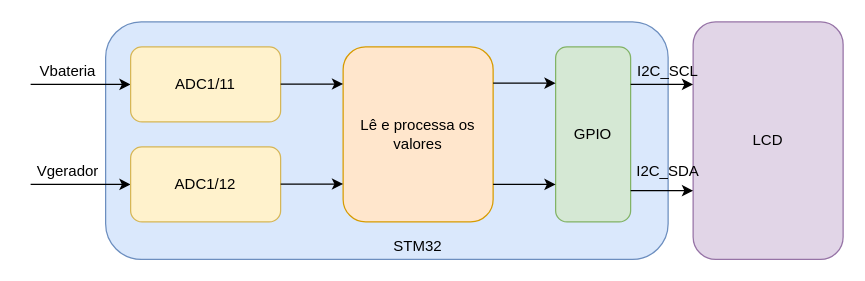
Before: Desenvolvimento_STM32/Diagrama_detalhada_controlador_hmi.drawio in D3boker1/E-Skateboard, a draw.io diagram. Source tidied: cells renumbered, new cells numbered last; positions are measured from the earlier drawing's top-left corner, leaving out a move shared by most shapes. Both pictures are drawn from the tidied source at 125%, with x=0, y=0 at pixel (30, 21).
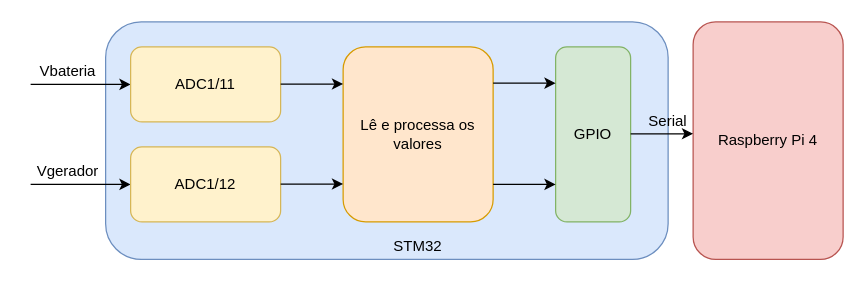
The same page after the edit.

The edit, as a diff of the source:
```diff
@@
-    <mxCell id="3" value="LCD" style="rounded=1;whiteSpace=wrap;html=1;fillColor=#e1d5e7;strokeColor=#9673a6;" parent="1" vertex="1">
+    <mxCell id="3" value="Raspberry Pi 4" style="rounded=1;whiteSpace=wrap;html=1;fillColor=#f8cecc;strokeColor=#b85450;" parent="1" vertex="1">
       <mxGeometry x="530" width="120" height="190" as="geometry" />
     </mxCell>
@@
     <mxCell id="17" style="endArrow=classic;html=1;" parent="1" edge="1">
       <mxGeometry relative="1" as="geometry">
-        <mxPoint x="480" y="135" as="sourcePoint" />
-        <mxPoint x="530" y="135" as="targetPoint" />
+        <mxPoint x="480" y="89.5" as="sourcePoint" />
+        <mxPoint x="530" y="89.5" as="targetPoint" />
       </mxGeometry>
     </mxCell>
-    <mxCell id="18" style="endArrow=classic;html=1;" parent="1" edge="1">
-      <mxGeometry relative="1" as="geometry">
-        <mxPoint x="480" y="50" as="sourcePoint" />
-        <mxPoint x="530" y="50" as="targetPoint" />
-      </mxGeometry>
-    </mxCell>
-    <mxCell id="19" value="I2C_SDA" style="text;html=1;strokeColor=none;fillColor=none;align=center;verticalAlign=middle;whiteSpace=wrap;rounded=0;" parent="1" vertex="1">
-      <mxGeometry x="490" y="110" width="40" height="20" as="geometry" />
+    <mxCell id="19" value="Serial" style="text;html=1;strokeColor=none;fillColor=none;align=center;verticalAlign=middle;whiteSpace=wrap;rounded=0;" parent="1" vertex="1">
+      <mxGeometry x="490" y="70" width="40" height="20" as="geometry" />
     </mxCell>
-    <mxCell id="20" value="I2C_SCL" style="text;html=1;strokeColor=none;fillColor=none;align=center;verticalAlign=middle;whiteSpace=wrap;rounded=0;" parent="1" vertex="1">
-      <mxGeometry x="490" y="30" width="40" height="20" as="geometry" />
-    </mxCell>
```
